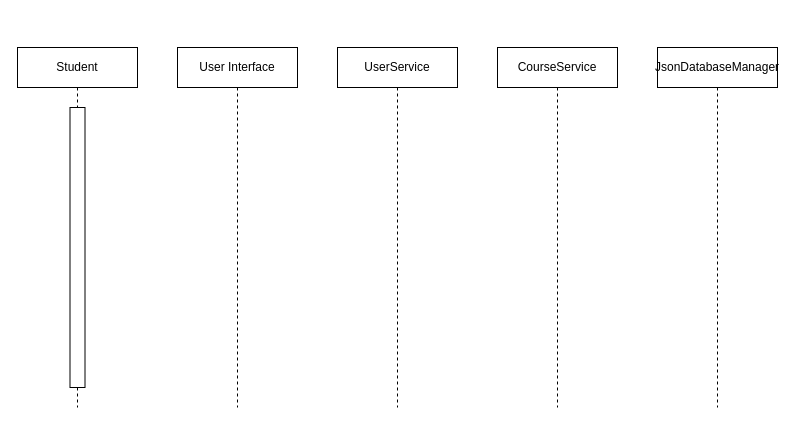
Above: lab 6/Source files/Untitled Diagram.drawio in Youssufathalla/Programming-2 (draw.io), before the change. Source tidied: cells renumbered, new cells numbered last; positions are measured from the earlier drawing's top-left corner, leaving out a move shared by most shapes. Both pictures are drawn from the tidied source at 100%, with x=0, y=0 at pixel (17, 47).
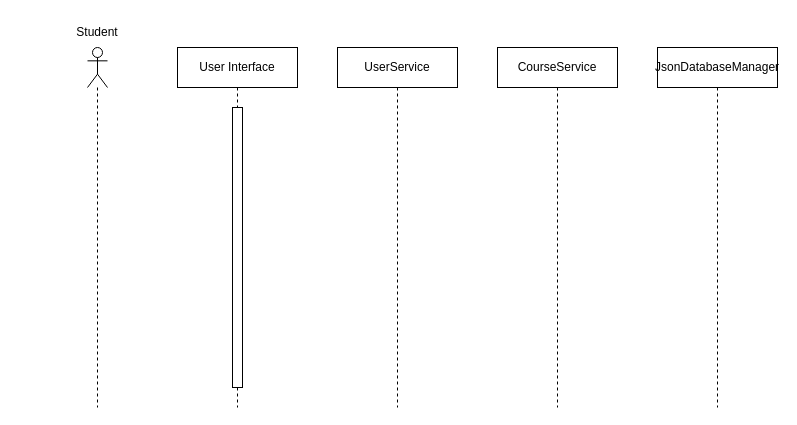
The same page after the edit.

Diff of the diagram source:
```diff
@@
 <mxGraphModel>
   <root>
     <mxCell id="0" />
     <mxCell id="1" parent="0" />
-    <mxCell id="2" value="Student" style="shape=umlLifeline;perimeter=lifelinePerimeter;whiteSpace=wrap;html=1;newEdgeStyle={&quot;curved&quot;:0,&quot;rounded&quot;:0};" parent="1" vertex="1">
-      <mxGeometry width="120" height="360" as="geometry" />
-    </mxCell>
-    <mxCell id="3" style="html=1;perimeter=orthogonalPerimeter;targetShapes=umlLifeline;newEdgeStyle={&quot;curved&quot;:0,&quot;rounded&quot;:0};" parent="2" vertex="1">
-      <mxGeometry x="52.5" y="60" width="15" height="280" as="geometry" />
-    </mxCell>
     <mxCell id="4" value="UserService" style="shape=umlLifeline;perimeter=lifelinePerimeter;whiteSpace=wrap;html=1;newEdgeStyle={&quot;curved&quot;:0,&quot;rounded&quot;:0};" parent="1" vertex="1">
       <mxGeometry x="320" width="120" height="360" as="geometry" />
     </mxCell>
     <mxCell id="5" value="CourseService" style="shape=umlLifeline;perimeter=lifelinePerimeter;whiteSpace=wrap;html=1;newEdgeStyle={&quot;curved&quot;:0,&quot;rounded&quot;:0};" parent="1" vertex="1">
       <mxGeometry x="480" width="120" height="360" as="geometry" />
     </mxCell>
     <mxCell id="6" value="JsonDatabaseManager" style="shape=umlLifeline;perimeter=lifelinePerimeter;whiteSpace=wrap;html=1;newEdgeStyle={&quot;curved&quot;:0,&quot;rounded&quot;:0};" parent="1" vertex="1">
       <mxGeometry x="640" width="120" height="360" as="geometry" />
     </mxCell>
     <mxCell id="7" value="User Interface" style="shape=umlLifeline;perimeter=lifelinePerimeter;whiteSpace=wrap;html=1;newEdgeStyle={&quot;curved&quot;:0,&quot;rounded&quot;:0};" parent="1" vertex="1">
       <mxGeometry x="160" width="120" height="360" as="geometry" />
     </mxCell>
+    <mxCell id="8" style="html=1;perimeter=orthogonalPerimeter;targetShapes=umlLifeline;newEdgeStyle={&quot;curved&quot;:0,&quot;rounded&quot;:0};" parent="7" vertex="1">
+      <mxGeometry x="55" y="60" width="10" height="280" as="geometry" />
+    </mxCell>
+    <mxCell id="9" style="shape=umlLifeline;perimeter=lifelinePerimeter;whiteSpace=wrap;html=1;newEdgeStyle={&quot;curved&quot;:0,&quot;rounded&quot;:0};participant=umlActor;" parent="1" vertex="1">
+      <mxGeometry x="70" width="20" height="360" as="geometry" />
+    </mxCell>
+    <mxCell id="2" value="Student" style="text;html=1;whiteSpace=wrap;strokeColor=none;fillColor=none;align=center;verticalAlign=middle;rounded=0;" parent="1" vertex="1">
+      <mxGeometry x="50" y="-30" width="60" height="30" as="geometry" />
+    </mxCell>
   </root>
 </mxGraphModel>
```
